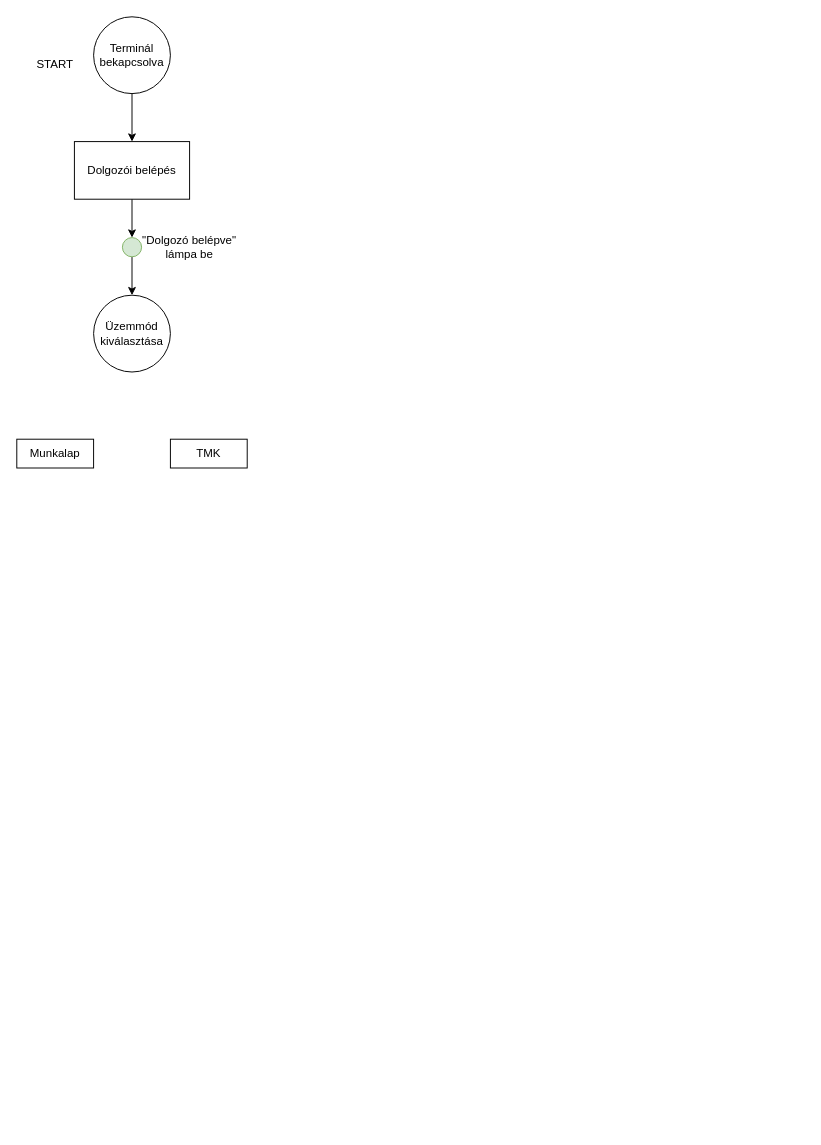
This is mesterminal_flowchart.drawio from KerteszZoltan/mesterminal, a draw.io file, before an edit. Source tidied: cells renumbered, new cells numbered last; positions are measured from the earlier drawing's top-left corner, leaving out a move shared by most shapes. Both pictures are drawn from the tidied source at 96%, with x=0, y=0 at pixel (16, 16).
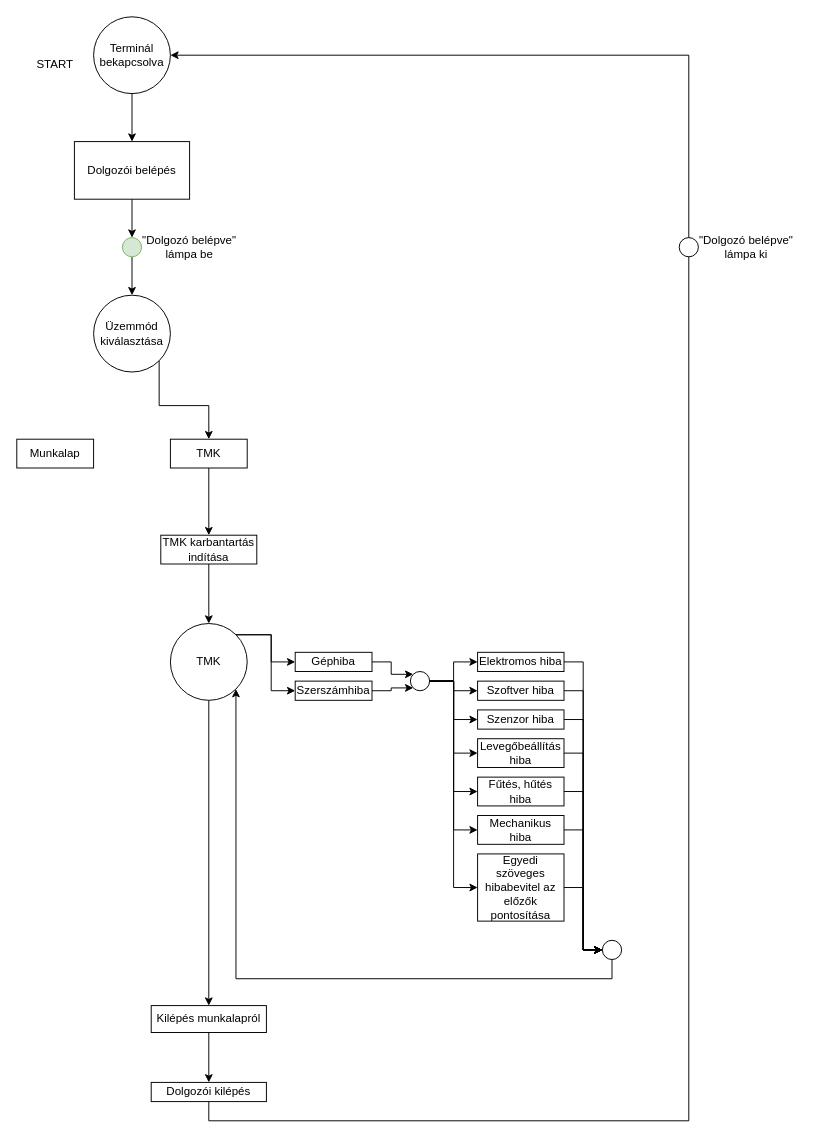
Above is the later version.

Commit message:
tmk process update

Unchanged cells that the change refers to:
```xml
<mxCell id="3" value="Terminál bekapcsolva" style="ellipse;whiteSpace=wrap;html=1;" parent="1" vertex="1">
  <mxGeometry x="80" width="80" height="80" as="geometry" />
</mxCell>
<mxCell id="7" value="Üzemmód kiválasztása" style="ellipse;whiteSpace=wrap;html=1;" parent="1" vertex="1">
  <mxGeometry x="80" y="290" width="80" height="80" as="geometry" />
</mxCell>
<mxCell id="12" value="TMK" style="rounded=0;whiteSpace=wrap;html=1;" parent="1" vertex="1">
  <mxGeometry x="160" y="440" width="80" height="30" as="geometry" />
</mxCell>
```

The edit, as a diff of the source:
```diff
@@
+    <mxCell id="13" style="edgeStyle=orthogonalEdgeStyle;rounded=0;jettySize=auto;html=1;exitX=1;exitY=1;exitDx=0;exitDy=0;entryX=0.5;entryY=0;entryDx=0;entryDy=0;" parent="1" edge="1" source="7" target="12">
+      <mxGeometry relative="1" as="geometry" />
+    </mxCell>
@@
+    <mxCell id="14" style="edgeStyle=orthogonalEdgeStyle;rounded=0;jettySize=auto;html=1;" parent="1" edge="1" source="12" target="16">
+      <mxGeometry relative="1" as="geometry" />
+    </mxCell>
@@
+    <mxCell id="15" style="edgeStyle=orthogonalEdgeStyle;rounded=0;jettySize=auto;html=1;exitX=0.5;exitY=1;exitDx=0;exitDy=0;" parent="1" edge="1" source="16" target="20">
+      <mxGeometry relative="1" as="geometry" />
+    </mxCell>
+    <mxCell id="16" value="TMK karbantartás indítása" style="rounded=0;whiteSpace=wrap;html=1;" parent="1" vertex="1">
+      <mxGeometry x="150" y="540" width="100" height="30" as="geometry" />
+    </mxCell>
+    <mxCell id="17" style="edgeStyle=orthogonalEdgeStyle;rounded=0;jettySize=auto;html=1;exitX=1;exitY=0;exitDx=0;exitDy=0;entryX=0;entryY=0.5;entryDx=0;entryDy=0;" parent="1" edge="1" source="20" target="22">
+      <mxGeometry relative="1" as="geometry" />
+    </mxCell>
+    <mxCell id="18" style="edgeStyle=orthogonalEdgeStyle;rounded=0;jettySize=auto;html=1;exitX=1;exitY=0;exitDx=0;exitDy=0;entryX=0;entryY=0.5;entryDx=0;entryDy=0;" parent="1" edge="1" source="20" target="24">
+      <mxGeometry relative="1" as="geometry" />
+    </mxCell>
+    <mxCell id="19" style="edgeStyle=orthogonalEdgeStyle;rounded=0;jettySize=auto;html=1;" parent="1" edge="1" source="20" target="50">
+      <mxGeometry relative="1" as="geometry" />
+    </mxCell>
+    <mxCell id="20" value="TMK" style="ellipse;whiteSpace=wrap;html=1;" parent="1" vertex="1">
+      <mxGeometry x="160" y="632" width="80" height="80" as="geometry" />
+    </mxCell>
+    <mxCell id="21" style="edgeStyle=orthogonalEdgeStyle;rounded=0;jettySize=auto;html=1;exitX=1;exitY=0.5;exitDx=0;exitDy=0;entryX=0;entryY=0;entryDx=0;entryDy=0;" parent="1" edge="1" source="22" target="32">
+      <mxGeometry relative="1" as="geometry" />
+    </mxCell>
+    <mxCell id="22" value="Géphiba" style="rounded=0;whiteSpace=wrap;html=1;" parent="1" vertex="1">
+      <mxGeometry x="290" y="662" width="80" height="20" as="geometry" />
+    </mxCell>
+    <mxCell id="23" style="edgeStyle=orthogonalEdgeStyle;rounded=0;jettySize=auto;html=1;exitX=1;exitY=0.5;exitDx=0;exitDy=0;entryX=0;entryY=1;entryDx=0;entryDy=0;" parent="1" edge="1" source="24" target="32">
+      <mxGeometry relative="1" as="geometry" />
+    </mxCell>
+    <mxCell id="24" value="Szerszámhiba" style="rounded=0;whiteSpace=wrap;html=1;" parent="1" vertex="1">
+      <mxGeometry x="290" y="692" width="80" height="20" as="geometry" />
+    </mxCell>
+    <mxCell id="25" style="edgeStyle=orthogonalEdgeStyle;rounded=0;jettySize=auto;html=1;exitX=1;exitY=0.5;exitDx=0;exitDy=0;entryX=0;entryY=0.5;entryDx=0;entryDy=0;" parent="1" edge="1" source="32" target="34">
+      <mxGeometry relative="1" as="geometry" />
+    </mxCell>
+    <mxCell id="26" style="edgeStyle=orthogonalEdgeStyle;rounded=0;jettySize=auto;html=1;exitX=1;exitY=0.5;exitDx=0;exitDy=0;entryX=0;entryY=0.5;entryDx=0;entryDy=0;" parent="1" edge="1" source="32" target="38">
+      <mxGeometry relative="1" as="geometry" />
+    </mxCell>
+    <mxCell id="27" style="edgeStyle=orthogonalEdgeStyle;rounded=0;jettySize=auto;html=1;exitX=1;exitY=0.5;exitDx=0;exitDy=0;entryX=0;entryY=0.5;entryDx=0;entryDy=0;" parent="1" edge="1" source="32" target="40">
+      <mxGeometry relative="1" as="geometry" />
+    </mxCell>
+    <mxCell id="28" style="edgeStyle=orthogonalEdgeStyle;rounded=0;jettySize=auto;html=1;exitX=1;exitY=0.5;exitDx=0;exitDy=0;entryX=0;entryY=0.5;entryDx=0;entryDy=0;" parent="1" edge="1" source="32" target="36">
+      <mxGeometry relative="1" as="geometry" />
+    </mxCell>
+    <mxCell id="29" style="edgeStyle=orthogonalEdgeStyle;rounded=0;jettySize=auto;html=1;exitX=1;exitY=0.5;exitDx=0;exitDy=0;entryX=0;entryY=0.5;entryDx=0;entryDy=0;" parent="1" edge="1" source="32" target="42">
+      <mxGeometry relative="1" as="geometry" />
+    </mxCell>
+    <mxCell id="30" style="edgeStyle=orthogonalEdgeStyle;rounded=0;jettySize=auto;html=1;exitX=1;exitY=0.5;exitDx=0;exitDy=0;entryX=0;entryY=0.5;entryDx=0;entryDy=0;" parent="1" edge="1" source="32" target="44">
+      <mxGeometry relative="1" as="geometry" />
+    </mxCell>
+    <mxCell id="31" style="edgeStyle=orthogonalEdgeStyle;rounded=0;jettySize=auto;html=1;exitX=1;exitY=0.5;exitDx=0;exitDy=0;entryX=0;entryY=0.5;entryDx=0;entryDy=0;" parent="1" edge="1" source="32" target="46">
+      <mxGeometry relative="1" as="geometry" />
+    </mxCell>
+    <mxCell id="32" style="ellipse;whiteSpace=wrap;html=1;" parent="1" vertex="1">
+      <mxGeometry x="410" y="682" width="20" height="20" as="geometry" />
+    </mxCell>
+    <mxCell id="33" style="edgeStyle=orthogonalEdgeStyle;rounded=0;jettySize=auto;html=1;exitX=1;exitY=0.5;exitDx=0;exitDy=0;entryX=0;entryY=0.5;entryDx=0;entryDy=0;" parent="1" edge="1" source="34" target="48">
+      <mxGeometry relative="1" as="geometry" />
+    </mxCell>
+    <mxCell id="34" value="Elektromos hiba" style="rounded=0;whiteSpace=wrap;html=1;" parent="1" vertex="1">
+      <mxGeometry x="480" y="662" width="90" height="20" as="geometry" />
+    </mxCell>
+    <mxCell id="35" style="edgeStyle=orthogonalEdgeStyle;rounded=0;jettySize=auto;html=1;exitX=1;exitY=0.5;exitDx=0;exitDy=0;entryX=0;entryY=0.5;entryDx=0;entryDy=0;" parent="1" edge="1" source="36" target="48">
+      <mxGeometry relative="1" as="geometry" />
+    </mxCell>
+    <mxCell id="36" value="Levegőbeállítás&lt;br&gt;hiba" style="rounded=0;whiteSpace=wrap;html=1;" parent="1" vertex="1">
+      <mxGeometry x="480" y="752" width="90" height="30" as="geometry" />
+    </mxCell>
+    <mxCell id="37" style="edgeStyle=orthogonalEdgeStyle;rounded=0;jettySize=auto;html=1;exitX=1;exitY=0.5;exitDx=0;exitDy=0;entryX=0;entryY=0.5;entryDx=0;entryDy=0;" parent="1" edge="1" source="38" target="48">
+      <mxGeometry relative="1" as="geometry" />
+    </mxCell>
+    <mxCell id="38" value="Szoftver hiba" style="rounded=0;whiteSpace=wrap;html=1;" parent="1" vertex="1">
+      <mxGeometry x="480" y="692" width="90" height="20" as="geometry" />
+    </mxCell>
+    <mxCell id="39" style="edgeStyle=orthogonalEdgeStyle;rounded=0;jettySize=auto;html=1;exitX=1;exitY=0.5;exitDx=0;exitDy=0;entryX=0;entryY=0.5;entryDx=0;entryDy=0;" parent="1" edge="1" source="40" target="48">
+      <mxGeometry relative="1" as="geometry" />
+    </mxCell>
+    <mxCell id="40" value="Szenzor hiba" style="rounded=0;whiteSpace=wrap;html=1;" parent="1" vertex="1">
+      <mxGeometry x="480" y="722" width="90" height="20" as="geometry" />
+    </mxCell>
+    <mxCell id="41" style="edgeStyle=orthogonalEdgeStyle;rounded=0;jettySize=auto;html=1;exitX=1;exitY=0.5;exitDx=0;exitDy=0;entryX=0;entryY=0.5;entryDx=0;entryDy=0;" parent="1" edge="1" source="42" target="48">
+      <mxGeometry relative="1" as="geometry" />
+    </mxCell>
+    <mxCell id="42" value="Fűtés, hűtés&lt;br&gt;hiba" style="rounded=0;whiteSpace=wrap;html=1;" parent="1" vertex="1">
+      <mxGeometry x="480" y="792" width="90" height="30" as="geometry" />
+    </mxCell>
+    <mxCell id="43" style="edgeStyle=orthogonalEdgeStyle;rounded=0;jettySize=auto;html=1;exitX=1;exitY=0.5;exitDx=0;exitDy=0;entryX=0;entryY=0.5;entryDx=0;entryDy=0;" parent="1" edge="1" source="44" target="48">
+      <mxGeometry relative="1" as="geometry" />
+    </mxCell>
+    <mxCell id="44" value="Mechanikus hiba" style="rounded=0;whiteSpace=wrap;html=1;" parent="1" vertex="1">
+      <mxGeometry x="480" y="832" width="90" height="30" as="geometry" />
+    </mxCell>
+    <mxCell id="45" style="edgeStyle=orthogonalEdgeStyle;rounded=0;jettySize=auto;html=1;exitX=1;exitY=0.5;exitDx=0;exitDy=0;entryX=0;entryY=0.5;entryDx=0;entryDy=0;" parent="1" edge="1" source="46" target="48">
+      <mxGeometry relative="1" as="geometry" />
+    </mxCell>
+    <mxCell id="46" value="Egyedi szöveges hibabevitel az előzők pontosítása" style="rounded=0;whiteSpace=wrap;html=1;" parent="1" vertex="1">
+      <mxGeometry x="480" y="872" width="90" height="70" as="geometry" />
+    </mxCell>
+    <mxCell id="47" style="edgeStyle=orthogonalEdgeStyle;rounded=0;jettySize=auto;html=1;exitX=0.5;exitY=1;exitDx=0;exitDy=0;entryX=1;entryY=1;entryDx=0;entryDy=0;" parent="1" edge="1" source="48" target="20">
+      <mxGeometry relative="1" as="geometry" />
+    </mxCell>
+    <mxCell id="48" style="ellipse;whiteSpace=wrap;html=1;" parent="1" vertex="1">
+      <mxGeometry x="610" y="962" width="20" height="20" as="geometry" />
+    </mxCell>
+    <mxCell id="49" style="edgeStyle=orthogonalEdgeStyle;rounded=0;jettySize=auto;html=1;" parent="1" edge="1" source="50" target="52">
+      <mxGeometry relative="1" as="geometry" />
+    </mxCell>
+    <mxCell id="50" value="Kilépés munkalapról" style="whiteSpace=wrap;html=1;" parent="1" vertex="1">
+      <mxGeometry x="140" y="1030" width="120" height="28" as="geometry" />
+    </mxCell>
+    <mxCell id="51" style="edgeStyle=orthogonalEdgeStyle;rounded=0;jettySize=auto;html=1;exitX=0.5;exitY=1;exitDx=0;exitDy=0;entryX=1;entryY=0.5;entryDx=0;entryDy=0;" parent="1" edge="1" source="52" target="3">
+      <mxGeometry relative="1" as="geometry">
+        <Array as="points">
+          <mxPoint x="200" y="1150" />
+          <mxPoint x="700" y="1150" />
+          <mxPoint x="700" y="40" />
+        </Array>
+      </mxGeometry>
+    </mxCell>
+    <mxCell id="52" value="Dolgozói kilépés" style="rounded=0;whiteSpace=wrap;html=1;" parent="1" vertex="1">
+      <mxGeometry x="140" y="1110" width="120" height="20" as="geometry" />
+    </mxCell>
+    <mxCell id="53" style="ellipse;whiteSpace=wrap;html=1;" parent="1" vertex="1">
+      <mxGeometry x="690" y="230" width="20" height="20" as="geometry" />
+    </mxCell>
+    <mxCell id="54" value="&quot;Dolgozó belépve&quot; lámpa ki" style="text;html=1;strokeColor=none;fillColor=none;align=center;verticalAlign=middle;whiteSpace=wrap;rounded=0;" parent="1" vertex="1">
+      <mxGeometry x="700" y="230" width="120" height="20" as="geometry" />
+    </mxCell>
```
